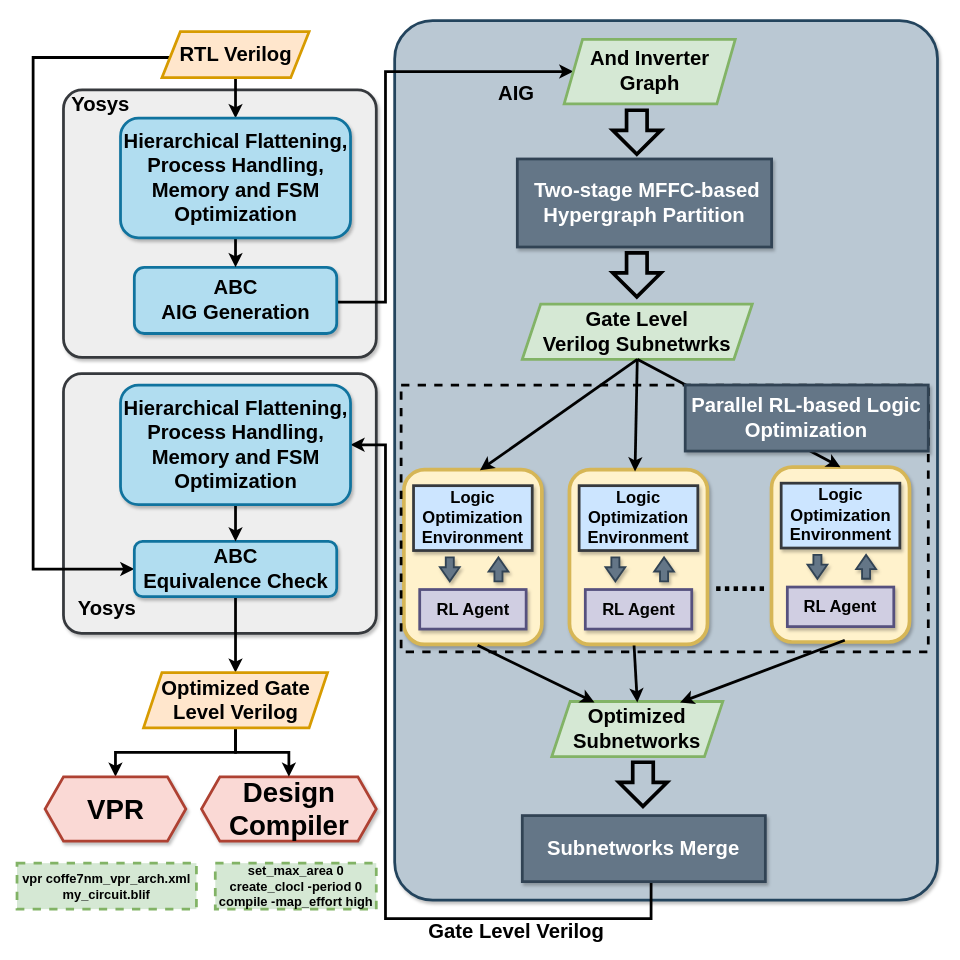
Before: experimentFlow.drawio in kxzhu0505/LogicSynOpt, a draw.io diagram. Source tidied: cells renumbered, new cells numbered last; positions are measured from the earlier drawing's top-left corner, leaving out a move shared by most shapes. Both pictures are drawn from the tidied source at 92%, with x=0, y=0 at pixel (17, 20).
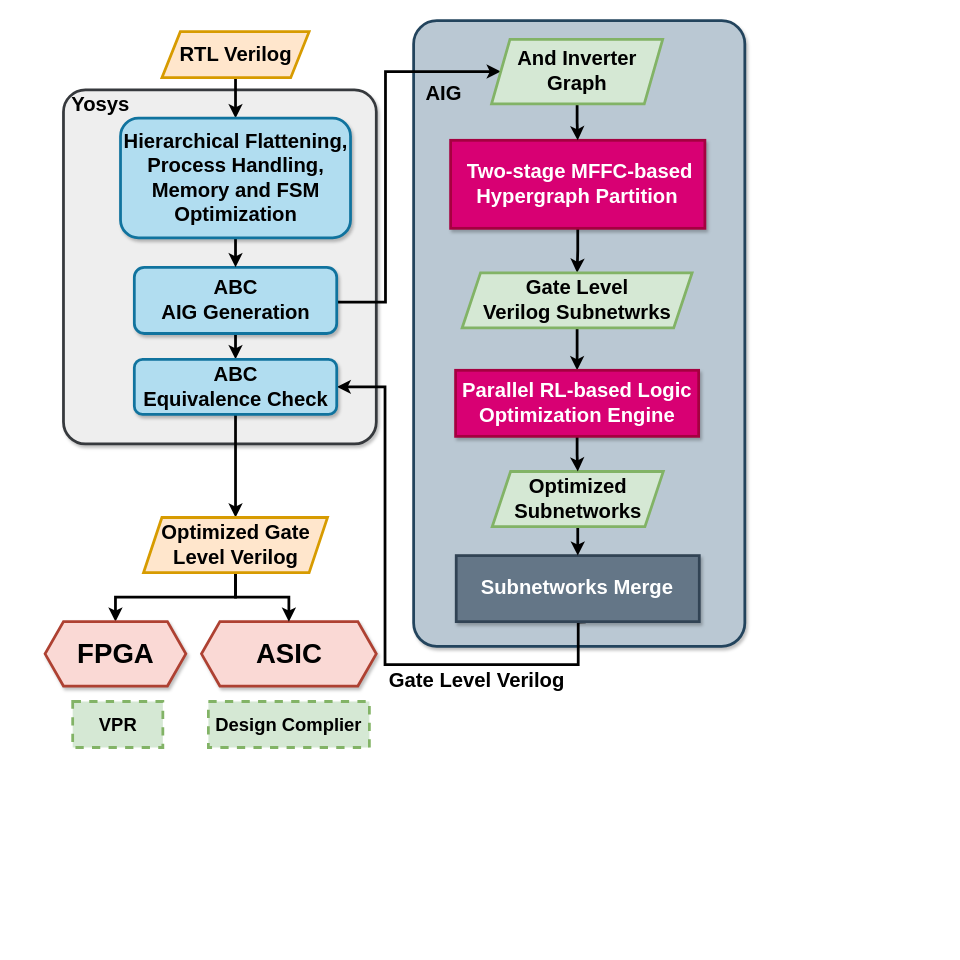
After the change.

The change refers to these unchanged cells:
```xml
<mxCell id="12" value="&lt;b style=&quot;&quot;&gt;&lt;font style=&quot;font-size: 22px;&quot;&gt;RTL Verilog&lt;/font&gt;&lt;/b&gt;" style="shape=parallelogram;perimeter=parallelogramPerimeter;whiteSpace=wrap;html=1;fixedSize=1;fillColor=#ffe6cc;strokeColor=#d79b00;strokeWidth=3;" parent="1" vertex="1">
  <mxGeometry x="157.5" y="12" width="160" height="50" as="geometry" />
</mxCell>
<mxCell id="46" value="&lt;div&gt;&lt;font style=&quot;font-size: 22px;&quot;&gt;&lt;b&gt;ABC&lt;/b&gt;&lt;/font&gt;&lt;/div&gt;&lt;font style=&quot;font-size: 22px;&quot;&gt;&lt;b&gt;AIG Generation&lt;/b&gt;&lt;/font&gt;" style="rounded=1;whiteSpace=wrap;html=1;fillColor=#b1ddf0;strokeColor=#10739e;strokeWidth=3;shadow=1;" parent="1" vertex="1">
  <mxGeometry x="127.5" y="268" width="220" height="72" as="geometry" />
</mxCell>
```

Change to the diagram source:
```diff
@@
-    <mxCell id="2" style="rounded=1;whiteSpace=wrap;html=1;fillColor=#eeeeee;strokeColor=#36393d;strokeWidth=3;shadow=1;arcSize=7;" parent="1" vertex="1">
-      <mxGeometry x="50.5" y="383.7" width="340" height="282.3" as="geometry" />
-    </mxCell>
     <mxCell id="3" style="rounded=1;whiteSpace=wrap;html=1;fillColor=#bac8d3;strokeColor=#23445d;strokeWidth=3;shadow=1;arcSize=7;textShadow=1;" parent="1" vertex="1">
-      <mxGeometry x="410.5" width="590" height="956" as="geometry" />
+      <mxGeometry x="431.1" width="360" height="680" as="geometry" />
     </mxCell>
-    <mxCell id="4" value="&lt;font face=&quot;Helvetica&quot; size=&quot;1&quot;&gt;&lt;b style=&quot;font-size: 30px;&quot;&gt;Design Compiler&lt;/b&gt;&lt;/font&gt;" style="shape=hexagon;perimeter=hexagonPerimeter2;whiteSpace=wrap;html=1;fixedSize=1;strokeColor=#ae4132;fillColor=#fad9d5;strokeWidth=3;shadow=1;" parent="1" vertex="1">
-      <mxGeometry x="200.5" y="821.8" width="190" height="70" as="geometry" />
+    <mxCell id="4" value="&lt;font face=&quot;Helvetica&quot; size=&quot;1&quot;&gt;&lt;b style=&quot;font-size: 30px;&quot;&gt;ASIC&lt;/b&gt;&lt;/font&gt;" style="shape=hexagon;perimeter=hexagonPerimeter2;whiteSpace=wrap;html=1;fixedSize=1;strokeColor=#ae4132;fillColor=#fad9d5;strokeWidth=3;shadow=1;" parent="1" vertex="1">
+      <mxGeometry x="200.5" y="653.2" width="190" height="70" as="geometry" />
     </mxCell>
-    <mxCell id="5" value="&lt;font face=&quot;Helvetica&quot; style=&quot;font-size: 14px;&quot;&gt;&lt;b style=&quot;&quot;&gt;set_max_area 0&lt;br&gt;create_clocl -period 0&lt;br&gt;compile -map_effort high&lt;/b&gt;&lt;/font&gt;" style="rounded=0;whiteSpace=wrap;html=1;dashed=1;perimeterSpacing=3;strokeWidth=3;fillColor=#d5e8d4;strokeColor=#82b366;" parent="1" vertex="1">
-      <mxGeometry x="215.5" y="915.7" width="175" height="50" as="geometry" />
+    <mxCell id="5" value="&lt;b style=&quot;&quot;&gt;&lt;font style=&quot;font-size: 20px;&quot;&gt;Design Complier&lt;/font&gt;&lt;/b&gt;" style="rounded=0;whiteSpace=wrap;html=1;dashed=1;perimeterSpacing=3;strokeWidth=3;fillColor=#d5e8d4;strokeColor=#82b366;" parent="1" vertex="1">
+      <mxGeometry x="208" y="740" width="175" height="50" as="geometry" />
     </mxCell>
     <mxCell id="6" style="rounded=1;whiteSpace=wrap;html=1;fillColor=#eeeeee;strokeColor=#36393d;strokeWidth=3;shadow=1;arcSize=7;" parent="1" vertex="1">
-      <mxGeometry x="50.5" y="75.3" width="340" height="290.7" as="geometry" />
+      <mxGeometry x="50.5" y="75.3" width="340" height="384.7" as="geometry" />
     </mxCell>
@@
-    <mxCell id="8" style="endArrow=classic;html=1;rounded=0;strokeWidth=3;edgeStyle=orthogonalEdgeStyle;exitX=0.53;exitY=0.986;exitDx=0;exitDy=0;exitPerimeter=0;entryX=1;entryY=0.5;entryDx=0;entryDy=0;" parent="1" edge="1" source="15" target="57">
+    <mxCell id="8" style="endArrow=classic;html=1;rounded=0;strokeWidth=3;edgeStyle=orthogonalEdgeStyle;exitX=0.533;exitY=1.005;exitDx=0;exitDy=0;exitPerimeter=0;entryX=1;entryY=0.5;entryDx=0;entryDy=0;" parent="1" edge="1" source="15" target="49">
       <mxGeometry relative="1" as="geometry">
         <Array as="points">
-          <mxPoint x="689.5" y="976" />
-          <mxPoint x="400.5" y="976" />
-          <mxPoint x="400.5" y="461" />
+          <mxPoint x="610" y="654" />
+          <mxPoint x="610" y="700" />
+          <mxPoint x="400" y="700" />
+          <mxPoint x="400" y="398" />
         </Array>
       </mxGeometry>
     </mxCell>
     <mxCell id="9" value="&lt;b style=&quot;&quot;&gt;&lt;font style=&quot;font-size: 22px;&quot;&gt;AIG&amp;nbsp;&lt;/font&gt;&lt;/b&gt;" style="text;html=1;align=center;verticalAlign=middle;whiteSpace=wrap;rounded=0;" parent="1" vertex="1">
-      <mxGeometry x="508.9" y="74.8" width="74.1" height="10.2" as="geometry" />
+      <mxGeometry x="430" y="74.8" width="74.1" height="10.2" as="geometry" />
     </mxCell>
-    <mxCell id="10" style="edgeStyle=orthogonalEdgeStyle;rounded=0;jettySize=auto;html=1;entryX=0;entryY=0.5;entryDx=0;entryDy=0;strokeWidth=3;" parent="1" edge="1" source="12" target="49">
-      <mxGeometry relative="1" as="geometry">
-        <Array as="points">
-          <mxPoint x="17.5" y="40" />
-          <mxPoint x="17.5" y="596" />
-        </Array>
-      </mxGeometry>
-    </mxCell>
@@
-    <mxCell id="14" style="shape=flexArrow;endArrow=classic;html=1;rounded=0;strokeWidth=4;endWidth=25.992865636147446;endSize=7.303448275862069;width=19.310344827586206;" parent="1" edge="1">
-      <mxGeometry relative="1" as="geometry">
-        <mxPoint x="673.7" y="95.3" as="sourcePoint" />
-        <mxPoint x="673.7" y="147.1" as="targetPoint" />
-      </mxGeometry>
-    </mxCell>
     <mxCell id="15" value="&lt;b style=&quot;&quot;&gt;&lt;font style=&quot;font-size: 22px;&quot;&gt;Subnetworks Merge&lt;/font&gt;&lt;/b&gt;" style="rounded=0;whiteSpace=wrap;html=1;fillColor=#647687;fontColor=#ffffff;strokeColor=#314354;strokeWidth=3;shadow=1;" parent="1" vertex="1">
-      <mxGeometry x="549.2" y="864" width="264.2" height="71.8" as="geometry" />
+      <mxGeometry x="477.4" y="581.4" width="264.2" height="71.8" as="geometry" />
     </mxCell>
-    <mxCell id="16" style="shape=flexArrow;endArrow=classic;html=1;rounded=0;strokeWidth=4;endWidth=25.992865636147446;endSize=7.303448275862069;width=19.310344827586206;" parent="1" edge="1">
-      <mxGeometry relative="1" as="geometry">
-        <mxPoint x="680.4" y="804" as="sourcePoint" />
-        <mxPoint x="680.4" y="855.9" as="targetPoint" />
-      </mxGeometry>
-    </mxCell>
-    <mxCell id="17" style="shape=flexArrow;endArrow=classic;html=1;rounded=0;strokeWidth=4;endWidth=25.992865636147446;endSize=7.303448275862069;width=19.310344827586206;" parent="1" edge="1">
-      <mxGeometry relative="1" as="geometry">
-        <mxPoint x="673.7" y="250.3" as="sourcePoint" />
-        <mxPoint x="673.7" y="302.1" as="targetPoint" />
-      </mxGeometry>
-    </mxCell>
+    <mxCell id="60" style="edgeStyle=orthogonalEdgeStyle;rounded=0;jettySize=auto;html=1;entryX=0.5;entryY=0;entryDx=0;entryDy=0;strokeWidth=3;" parent="1" edge="1" source="18" target="21">
+      <mxGeometry relative="1" as="geometry" />
+    </mxCell>
-    <mxCell id="18" value="&lt;b style=&quot;color: rgb(0, 0, 0);&quot;&gt;&lt;font style=&quot;font-size: 22px;&quot; color=&quot;#ffffff&quot;&gt;&amp;nbsp;Two-stage MFFC-based Hypergraph Partition&lt;/font&gt;&lt;/b&gt;" style="rounded=0;whiteSpace=wrap;html=1;fillColor=#647687;fontColor=#ffffff;strokeColor=#314354;strokeWidth=3;shadow=1;" parent="1" vertex="1">
-      <mxGeometry x="543.8" y="150.3" width="276.4" height="95.7" as="geometry" />
+    <mxCell id="18" value="&lt;b style=&quot;color: rgb(0, 0, 0);&quot;&gt;&lt;font style=&quot;font-size: 22px;&quot; color=&quot;#ffffff&quot;&gt;&amp;nbsp;Two-stage MFFC-based Hypergraph Partition&lt;/font&gt;&lt;/b&gt;" style="rounded=0;whiteSpace=wrap;html=1;fillColor=#d80073;strokeColor=#A50040;strokeWidth=3;shadow=1;fontColor=#ffffff;" parent="1" vertex="1">
+      <mxGeometry x="471.3" y="130" width="276.4" height="95.7" as="geometry" />
     </mxCell>
-    <mxCell id="19" value="&lt;span style=&quot;font-size: 34px;&quot;&gt;&lt;b&gt;......&lt;/b&gt;&lt;/span&gt;" style="text;html=1;align=center;verticalAlign=middle;whiteSpace=wrap;rounded=0;" parent="1" vertex="1">
-      <mxGeometry x="740" y="596" width="92.5" height="23.9" as="geometry" />
-    </mxCell>
+    <mxCell id="61" style="edgeStyle=orthogonalEdgeStyle;rounded=0;jettySize=auto;html=1;strokeWidth=3;" parent="1" edge="1" source="20" target="18">
+      <mxGeometry relative="1" as="geometry" />
+    </mxCell>
     <mxCell id="20" value="&lt;b style=&quot;font-size: 22px;&quot;&gt;And Inverter Graph&lt;/b&gt;" style="shape=parallelogram;perimeter=parallelogramPerimeter;whiteSpace=wrap;html=1;fixedSize=1;fillColor=#d5e8d4;strokeColor=#82b366;strokeWidth=3;" parent="1" vertex="1">
-      <mxGeometry x="594.7" y="20.3" width="186" height="70" as="geometry" />
+      <mxGeometry x="515.8" y="20.3" width="186" height="70" as="geometry" />
     </mxCell>
+    <mxCell id="62" style="edgeStyle=orthogonalEdgeStyle;rounded=0;jettySize=auto;html=1;entryX=0.5;entryY=0;entryDx=0;entryDy=0;strokeWidth=3;" parent="1" edge="1" source="21" target="66">
+      <mxGeometry relative="1" as="geometry" />
+    </mxCell>
     <mxCell id="21" value="&lt;div&gt;&lt;b&gt;&lt;font style=&quot;font-size: 22px;&quot;&gt;Gate Level Verilog&lt;/font&gt;&lt;/b&gt;&lt;b style=&quot;background-color: initial;&quot;&gt;&lt;font style=&quot;font-size: 22px;&quot;&gt;&amp;nbsp;Subnetwrks&lt;/font&gt;&lt;/b&gt;&lt;/div&gt;" style="shape=parallelogram;perimeter=parallelogramPerimeter;whiteSpace=wrap;html=1;fixedSize=1;fillColor=#d5e8d4;strokeColor=#82b366;strokeWidth=3;" parent="1" vertex="1">
-      <mxGeometry x="549.2" y="308" width="250" height="60" as="geometry" />
+      <mxGeometry x="483.8" y="274" width="250" height="60" as="geometry" />
     </mxCell>
+    <mxCell id="63" style="edgeStyle=orthogonalEdgeStyle;rounded=0;jettySize=auto;html=1;entryX=0.5;entryY=0;entryDx=0;entryDy=0;strokeWidth=3;" parent="1" edge="1" source="22" target="15">
+      <mxGeometry relative="1" as="geometry" />
+    </mxCell>
     <mxCell id="22" value="&lt;div&gt;&lt;b style=&quot;font-size: 22px;&quot;&gt;Optimized Subnetworks&lt;/b&gt;&lt;br&gt;&lt;/div&gt;" style="shape=parallelogram;perimeter=parallelogramPerimeter;whiteSpace=wrap;html=1;fixedSize=1;fillColor=#d5e8d4;strokeColor=#82b366;strokeWidth=3;" parent="1" vertex="1">
-      <mxGeometry x="581.2" y="740" width="186" height="60" as="geometry" />
+      <mxGeometry x="516.5" y="490" width="186" height="60" as="geometry" />
     </mxCell>
-    <mxCell id="23" style="rounded=1;whiteSpace=wrap;html=1;strokeWidth=4;fillColor=#fff2cc;strokeColor=#d6b656;shadow=1;" parent="1" vertex="1">
-      <mxGeometry x="420.5" y="488" width="150" height="190" as="geometry" />
-    </mxCell>
-    <mxCell id="24" value="&lt;font size=&quot;1&quot; style=&quot;&quot;&gt;&lt;b style=&quot;font-size: 18px;&quot;&gt;RL Agent&lt;/b&gt;&lt;/font&gt;" style="rounded=0;whiteSpace=wrap;html=1;fillColor=#d0cee2;strokeColor=#56517e;strokeWidth=3;shadow=1;" parent="1" vertex="1">
-      <mxGeometry x="437.7" y="618.3" width="115.7" height="43" as="geometry" />
-    </mxCell>
-    <mxCell id="25" value="&lt;font size=&quot;1&quot; style=&quot;&quot;&gt;&lt;b style=&quot;font-size: 18px;&quot;&gt;Logic Optimization Environment&lt;/b&gt;&lt;/font&gt;" style="rounded=0;whiteSpace=wrap;html=1;fillColor=#cce5ff;strokeColor=#36393d;strokeWidth=3;shadow=1;" parent="1" vertex="1">
-      <mxGeometry x="431" y="505.4" width="129" height="70.5" as="geometry" />
-    </mxCell>
-    <mxCell id="26" style="shape=flexArrow;endArrow=classic;html=1;rounded=0;strokeWidth=2;endWidth=10.72840790842872;endSize=4.44516129032258;width=7.741935483870967;shadow=1;fillColor=#647687;strokeColor=#314354;" parent="1" edge="1">
-      <mxGeometry relative="1" as="geometry">
-        <mxPoint x="470.4" y="582.4" as="sourcePoint" />
-        <mxPoint x="470.4" y="610.4" as="targetPoint" />
-      </mxGeometry>
-    </mxCell>
-    <mxCell id="27" style="shape=flexArrow;endArrow=classic;html=1;rounded=0;strokeWidth=2;endWidth=10.72840790842872;endSize=4.44516129032258;width=7.741935483870967;shadow=1;fillColor=#647687;strokeColor=#314354;" parent="1" edge="1">
-      <mxGeometry relative="1" as="geometry">
-        <mxPoint x="523.3" y="610.4" as="sourcePoint" />
-        <mxPoint x="523.3" y="582.4" as="targetPoint" />
-      </mxGeometry>
-    </mxCell>
-    <mxCell id="28" style="rounded=1;whiteSpace=wrap;html=1;strokeWidth=4;fillColor=#fff2cc;strokeColor=#d6b656;shadow=1;" parent="1" vertex="1">
-      <mxGeometry x="600.5" y="488" width="150" height="190" as="geometry" />
-    </mxCell>
-    <mxCell id="29" value="&lt;font size=&quot;1&quot; style=&quot;&quot;&gt;&lt;b style=&quot;font-size: 18px;&quot;&gt;RL Agent&lt;/b&gt;&lt;/font&gt;" style="rounded=0;whiteSpace=wrap;html=1;fillColor=#d0cee2;strokeColor=#56517e;strokeWidth=3;shadow=1;" parent="1" vertex="1">
-      <mxGeometry x="617.7" y="618.3" width="115.7" height="43" as="geometry" />
-    </mxCell>
-    <mxCell id="30" value="&lt;font size=&quot;1&quot; style=&quot;&quot;&gt;&lt;b style=&quot;font-size: 18px;&quot;&gt;Logic Optimization Environment&lt;/b&gt;&lt;/font&gt;" style="rounded=0;whiteSpace=wrap;html=1;fillColor=#cce5ff;strokeColor=#36393d;strokeWidth=3;shadow=1;" parent="1" vertex="1">
-      <mxGeometry x="611" y="505.4" width="129" height="70.5" as="geometry" />
-    </mxCell>
-    <mxCell id="31" style="shape=flexArrow;endArrow=classic;html=1;rounded=0;strokeWidth=2;endWidth=10.72840790842872;endSize=4.44516129032258;width=7.741935483870967;shadow=1;fillColor=#647687;strokeColor=#314354;" parent="1" edge="1">
-      <mxGeometry relative="1" as="geometry">
-        <mxPoint x="650.4" y="582.4" as="sourcePoint" />
-        <mxPoint x="650.4" y="610.4" as="targetPoint" />
-      </mxGeometry>
-    </mxCell>
-    <mxCell id="32" style="shape=flexArrow;endArrow=classic;html=1;rounded=0;strokeWidth=2;endWidth=10.72840790842872;endSize=4.44516129032258;width=7.741935483870967;shadow=1;fillColor=#647687;strokeColor=#314354;" parent="1" edge="1">
-      <mxGeometry relative="1" as="geometry">
-        <mxPoint x="703.3" y="610.4" as="sourcePoint" />
-        <mxPoint x="703.3" y="582.4" as="targetPoint" />
-      </mxGeometry>
-    </mxCell>
-    <mxCell id="33" style="rounded=1;whiteSpace=wrap;html=1;strokeWidth=4;fillColor=#fff2cc;strokeColor=#d6b656;shadow=1;" parent="1" vertex="1">
-      <mxGeometry x="820.1" y="485.3" width="150" height="190" as="geometry" />
-    </mxCell>
-    <mxCell id="34" value="&lt;font size=&quot;1&quot; style=&quot;&quot;&gt;&lt;b style=&quot;font-size: 18px;&quot;&gt;RL Agent&lt;/b&gt;&lt;/font&gt;" style="rounded=0;whiteSpace=wrap;html=1;fillColor=#d0cee2;strokeColor=#56517e;strokeWidth=3;shadow=1;" parent="1" vertex="1">
-      <mxGeometry x="837.3" y="615.6" width="115.7" height="43" as="geometry" />
-    </mxCell>
-    <mxCell id="35" value="&lt;font size=&quot;1&quot; style=&quot;&quot;&gt;&lt;b style=&quot;font-size: 18px;&quot;&gt;Logic Optimization Environment&lt;/b&gt;&lt;/font&gt;" style="rounded=0;whiteSpace=wrap;html=1;fillColor=#cce5ff;strokeColor=#36393d;strokeWidth=3;shadow=1;" parent="1" vertex="1">
-      <mxGeometry x="830.6" y="502.7" width="129" height="70.5" as="geometry" />
-    </mxCell>
-    <mxCell id="36" style="shape=flexArrow;endArrow=classic;html=1;rounded=0;strokeWidth=2;endWidth=10.72840790842872;endSize=4.44516129032258;width=7.741935483870967;shadow=1;fillColor=#647687;strokeColor=#314354;" parent="1" edge="1">
-      <mxGeometry relative="1" as="geometry">
-        <mxPoint x="870" y="579.7" as="sourcePoint" />
-        <mxPoint x="870" y="607.6" as="targetPoint" />
-      </mxGeometry>
-    </mxCell>
-    <mxCell id="37" style="shape=flexArrow;endArrow=classic;html=1;rounded=0;strokeWidth=2;endWidth=10.72840790842872;endSize=4.44516129032258;width=7.741935483870967;shadow=1;fillColor=#647687;strokeColor=#314354;" parent="1" edge="1">
-      <mxGeometry relative="1" as="geometry">
-        <mxPoint x="922.9" y="607.6" as="sourcePoint" />
-        <mxPoint x="922.9" y="579.7" as="targetPoint" />
-      </mxGeometry>
-    </mxCell>
-    <mxCell id="38" style="endArrow=classic;html=1;rounded=0;strokeWidth=3;entryX=0.551;entryY=0.004;entryDx=0;entryDy=0;entryPerimeter=0;exitX=0.5;exitY=1;exitDx=0;exitDy=0;" parent="1" edge="1" source="21" target="23">
-      <mxGeometry relative="1" as="geometry" />
-    </mxCell>
-    <mxCell id="39" style="endArrow=classic;html=1;rounded=0;strokeWidth=3;entryX=0.475;entryY=0.01;entryDx=0;entryDy=0;entryPerimeter=0;exitX=0.5;exitY=1;exitDx=0;exitDy=0;" parent="1" edge="1" source="21" target="28">
-      <mxGeometry relative="1" as="geometry" />
-    </mxCell>
-    <mxCell id="40" style="endArrow=classic;html=1;rounded=0;strokeWidth=3;entryX=0.5;entryY=0;entryDx=0;entryDy=0;exitX=0.5;exitY=1;exitDx=0;exitDy=0;" parent="1" edge="1" source="21" target="33">
-      <mxGeometry relative="1" as="geometry" />
-    </mxCell>
-    <mxCell id="41" style="endArrow=classic;html=1;rounded=0;strokeWidth=3;entryX=0.25;entryY=0;entryDx=0;entryDy=0;exitX=0.534;exitY=1.005;exitDx=0;exitDy=0;exitPerimeter=0;" parent="1" edge="1" source="23">
-      <mxGeometry relative="1" as="geometry">
-        <mxPoint x="627.7" y="741" as="targetPoint" />
-      </mxGeometry>
-    </mxCell>
-    <mxCell id="42" style="endArrow=classic;html=1;rounded=0;strokeWidth=3;entryX=0.5;entryY=0;entryDx=0;entryDy=0;exitX=0.468;exitY=1.006;exitDx=0;exitDy=0;exitPerimeter=0;" parent="1" edge="1" source="28">
-      <mxGeometry relative="1" as="geometry">
-        <mxPoint x="674.2" y="741" as="targetPoint" />
-      </mxGeometry>
-    </mxCell>
-    <mxCell id="43" style="endArrow=classic;html=1;rounded=0;strokeWidth=3;exitX=0.531;exitY=0.99;exitDx=0;exitDy=0;entryX=0.75;entryY=0;entryDx=0;entryDy=0;exitPerimeter=0;" parent="1" edge="1" source="33">
-      <mxGeometry relative="1" as="geometry">
-        <mxPoint x="720.7" y="741" as="targetPoint" />
-      </mxGeometry>
-    </mxCell>
-    <mxCell id="44" style="rounded=0;whiteSpace=wrap;html=1;strokeWidth=3;dashed=1;fillColor=none;" parent="1" vertex="1">
-      <mxGeometry x="417.5" y="396" width="573" height="290" as="geometry" />
-    </mxCell>
-    <mxCell id="45" value="&lt;span style=&quot;font-size: 22px;&quot;&gt;&lt;b&gt;Parallel RL-based Logic Optimization&lt;/b&gt;&lt;/span&gt;" style="rounded=0;whiteSpace=wrap;html=1;fillColor=#647687;fontColor=#ffffff;strokeColor=#314354;strokeWidth=3;shadow=1;" parent="1" vertex="1">
-      <mxGeometry x="726.3" y="396" width="264.2" height="71.8" as="geometry" />
-    </mxCell>
+    <mxCell id="64" style="edgeStyle=orthogonalEdgeStyle;rounded=0;jettySize=auto;html=1;entryX=0.5;entryY=0;entryDx=0;entryDy=0;strokeWidth=3;" parent="1" edge="1" source="46" target="49">
+      <mxGeometry relative="1" as="geometry" />
+    </mxCell>
@@
     <mxCell id="47" value="&lt;b style=&quot;&quot;&gt;&lt;font style=&quot;font-size: 22px;&quot;&gt;Gate Level Verilog&amp;nbsp;&lt;/font&gt;&lt;/b&gt;" style="text;html=1;align=center;verticalAlign=middle;whiteSpace=wrap;rounded=0;" parent="1" vertex="1">
-      <mxGeometry x="443" y="986" width="205.9" height="10.2" as="geometry" />
+      <mxGeometry x="400" y="713" width="205.9" height="10.2" as="geometry" />
     </mxCell>
@@
     <mxCell id="49" value="&lt;font style=&quot;font-size: 22px;&quot;&gt;&lt;b&gt;ABC&lt;/b&gt;&lt;/font&gt;&lt;div&gt;&lt;span style=&quot;font-size: 22px;&quot;&gt;&lt;b&gt;Equivalence Check&lt;/b&gt;&lt;/span&gt;&lt;/div&gt;" style="rounded=1;whiteSpace=wrap;html=1;fillColor=#b1ddf0;strokeColor=#10739e;strokeWidth=3;shadow=1;" parent="1" vertex="1">
-      <mxGeometry x="127.5" y="566" width="220" height="60" as="geometry" />
+      <mxGeometry x="127.5" y="368" width="220" height="60" as="geometry" />
     </mxCell>
@@
     <mxCell id="52" value="&lt;b style=&quot;&quot;&gt;&lt;font style=&quot;font-size: 22px;&quot;&gt;Optimized Gate Level Verilog&lt;/font&gt;&lt;/b&gt;" style="shape=parallelogram;perimeter=parallelogramPerimeter;whiteSpace=wrap;html=1;fixedSize=1;fillColor=#ffe6cc;strokeColor=#d79b00;strokeWidth=3;" parent="1" vertex="1">
-      <mxGeometry x="137.5" y="708.6" width="200" height="60" as="geometry" />
+      <mxGeometry x="137.5" y="540" width="200" height="60" as="geometry" />
     </mxCell>
-    <mxCell id="53" value="&lt;span style=&quot;font-size: 30px;&quot;&gt;&lt;b&gt;VPR&lt;/b&gt;&lt;/span&gt;" style="shape=hexagon;perimeter=hexagonPerimeter2;whiteSpace=wrap;html=1;fixedSize=1;strokeColor=#ae4132;fillColor=#fad9d5;strokeWidth=3;shadow=1;" parent="1" vertex="1">
-      <mxGeometry x="30.5" y="821.8" width="153" height="70" as="geometry" />
+    <mxCell id="53" value="&lt;span style=&quot;font-size: 30px;&quot;&gt;&lt;b&gt;FPGA&lt;/b&gt;&lt;/span&gt;" style="shape=hexagon;perimeter=hexagonPerimeter2;whiteSpace=wrap;html=1;fixedSize=1;strokeColor=#ae4132;fillColor=#fad9d5;strokeWidth=3;shadow=1;" parent="1" vertex="1">
+      <mxGeometry x="30.5" y="653.2" width="153" height="70" as="geometry" />
     </mxCell>
@@
-    <mxCell id="56" style="edgeStyle=orthogonalEdgeStyle;rounded=0;jettySize=auto;html=1;entryX=0.5;entryY=0;entryDx=0;entryDy=0;strokeWidth=3;" parent="1" edge="1" source="57" target="49">
-      <mxGeometry relative="1" as="geometry" />
-    </mxCell>
-    <mxCell id="57" value="&lt;font style=&quot;font-size: 22px;&quot;&gt;&lt;b&gt;Hierarchical Flattening, Process Handling, Memory and FSM Optimization&lt;/b&gt;&lt;/font&gt;" style="rounded=1;whiteSpace=wrap;html=1;fillColor=#b1ddf0;strokeColor=#10739e;strokeWidth=3;shadow=1;" parent="1" vertex="1">
-      <mxGeometry x="112.5" y="396" width="250" height="130" as="geometry" />
-    </mxCell>
-    <mxCell id="58" value="&lt;font style=&quot;font-size: 22px;&quot;&gt;&lt;b&gt;Yosys&lt;/b&gt;&lt;/font&gt;" style="text;html=1;align=center;verticalAlign=middle;whiteSpace=wrap;rounded=0;" parent="1" vertex="1">
-      <mxGeometry x="67.5" y="624.6" width="60" height="30" as="geometry" />
-    </mxCell>
-    <mxCell id="59" value="&lt;font style=&quot;font-size: 14px;&quot;&gt;&lt;b&gt;vpr coffe7nm_vpr_arch.xml&lt;/b&gt;&lt;/font&gt;&lt;div&gt;&lt;span style=&quot;font-size: 14px;&quot;&gt;&lt;b&gt;my_circuit.blif&lt;/b&gt;&lt;/span&gt;&lt;br&gt;&lt;/div&gt;" style="rounded=0;whiteSpace=wrap;html=1;dashed=1;perimeterSpacing=3;strokeWidth=3;fillColor=#d5e8d4;strokeColor=#82b366;" parent="1" vertex="1">
-      <mxGeometry y="915.7" width="195" height="50" as="geometry" />
+    <mxCell id="59" value="&lt;font size=&quot;1&quot; style=&quot;&quot;&gt;&lt;b style=&quot;font-size: 20px;&quot;&gt;VPR&lt;/b&gt;&lt;/font&gt;" style="rounded=0;whiteSpace=wrap;html=1;dashed=1;perimeterSpacing=3;strokeWidth=3;fillColor=#d5e8d4;strokeColor=#82b366;" parent="1" vertex="1">
+      <mxGeometry x="60.5" y="740" width="98" height="50" as="geometry" />
     </mxCell>
+    <mxCell id="65" style="edgeStyle=orthogonalEdgeStyle;rounded=0;jettySize=auto;html=1;entryX=0.5;entryY=0;entryDx=0;entryDy=0;strokeWidth=3;" parent="1" edge="1" source="66" target="22">
+      <mxGeometry relative="1" as="geometry" />
+    </mxCell>
+    <mxCell id="66" value="&lt;span style=&quot;font-size: 22px;&quot;&gt;&lt;b&gt;Parallel RL-based Logic Optimization Engine&lt;/b&gt;&lt;/span&gt;" style="rounded=0;whiteSpace=wrap;html=1;fillColor=#d80073;fontColor=#ffffff;strokeColor=#A50040;strokeWidth=3;shadow=1;" parent="1" vertex="1">
+      <mxGeometry x="476.7" y="380" width="264.2" height="71.8" as="geometry" />
+    </mxCell>
```
